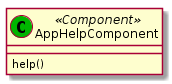
Above: out/doc/classes/AppHelpComponent.png in clm2609/VirtualDJ (PlantUML), before the change.
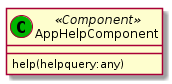
After the commit.

Change to the diagram source:
```diff
@@ -1,5 +1,5 @@
 @startuml AppHelpComponent
 class "AppHelpComponent" as help <<(C,#00b500) Component>>{
-    help()
+    help(helpquery:any)
 }
 @enduml
```
